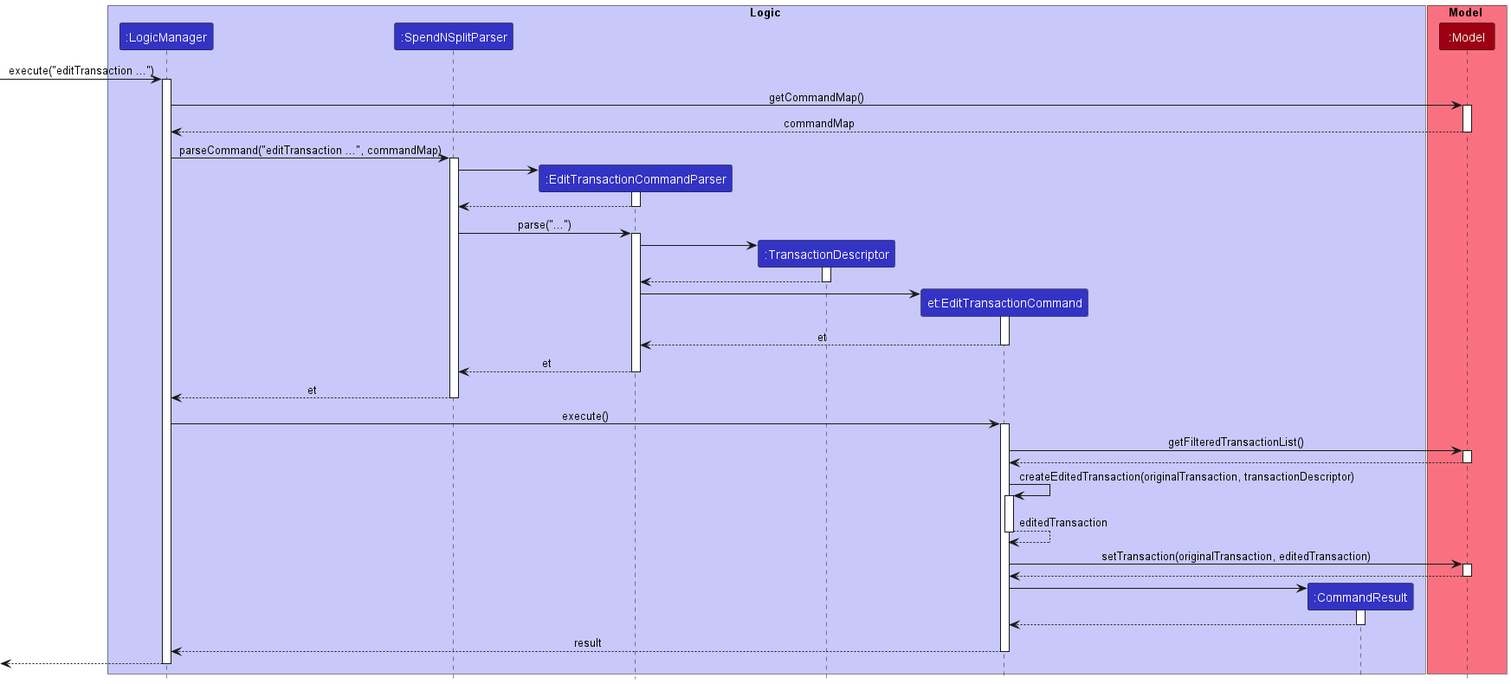
This is docs/images/EditTransactionSequenceDiagram.png from nus-cs2103-AY2324S1/tp, a PlantUML export, as it was before one commit.
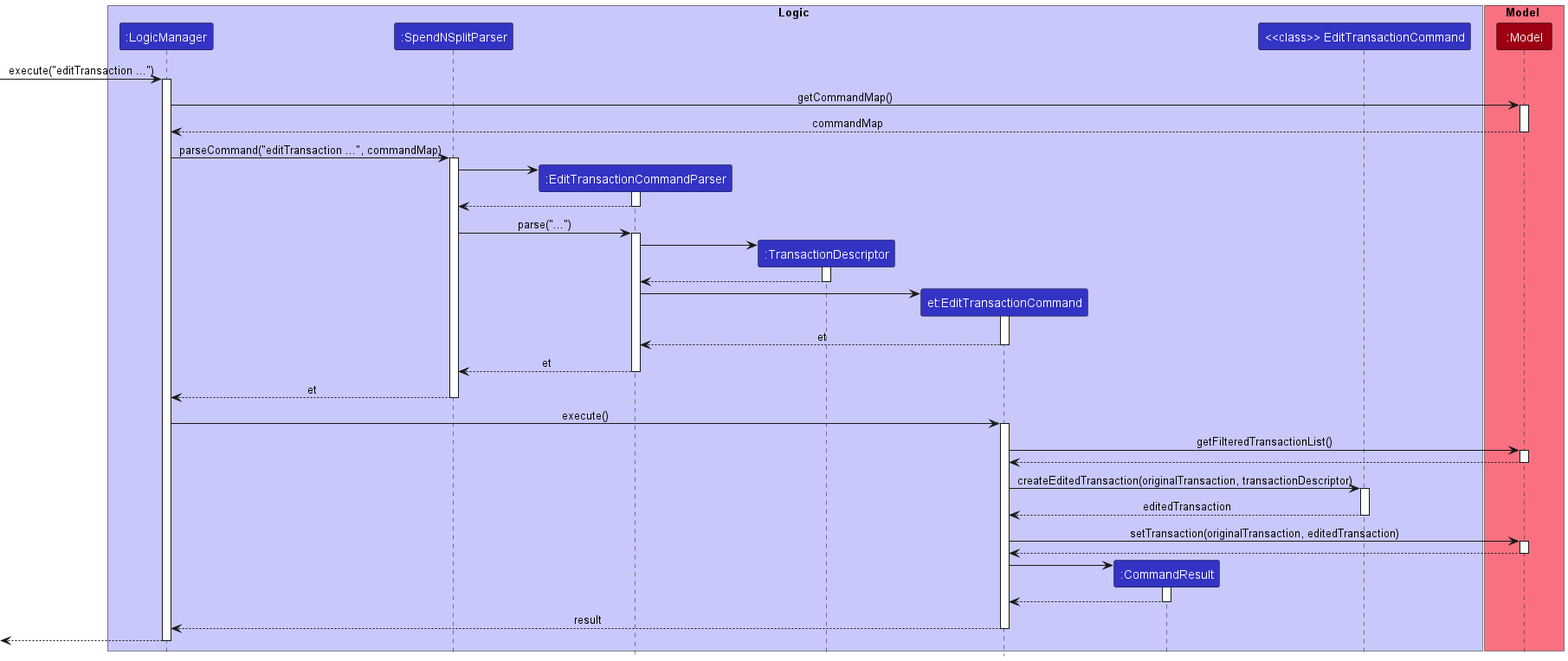
After the change.

Commit message:
Reflect static classes in sequence diagrams

Diff of the diagram source:
```diff
@@ -9,6 +9,7 @@
 participant ":TransactionDescriptor" as TransactionDescriptor LOGIC_COLOR
 participant "et:EditTransactionCommand" as EditTransactionCommand LOGIC_COLOR
 participant ":CommandResult" as CommandResult LOGIC_COLOR
+participant "<<class>> EditTransactionCommand" as EditTransactionCommandClass LOGIC_COLOR
 end box
 
 box Model MODEL_COLOR_T1
@@ -65,11 +66,11 @@
 Model --> EditTransactionCommand
 deactivate Model
 
-EditTransactionCommand -> EditTransactionCommand : createEditedTransaction(originalTransaction, transactionDescriptor)
-activate EditTransactionCommand
+EditTransactionCommand -> EditTransactionCommandClass : createEditedTransaction(originalTransaction, transactionDescriptor)
+activate EditTransactionCommandClass
 
-EditTransactionCommand --> EditTransactionCommand : editedTransaction
-deactivate EditTransactionCommand
+EditTransactionCommandClass --> EditTransactionCommand : editedTransaction
+deactivate EditTransactionCommandClass
 
 EditTransactionCommand -> Model : setTransaction(originalTransaction, editedTransaction)
 activate Model
```
